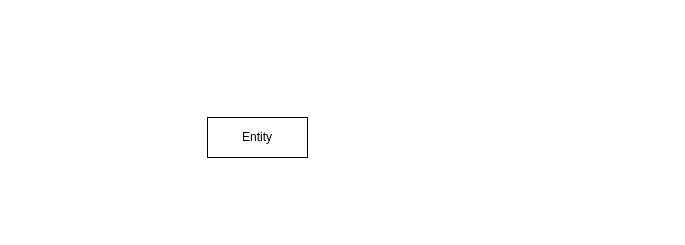
This is Universitaetsbeispiel.drawio from ingvargundahar/ER_Diagrams, a draw.io file, before an edit. Source tidied: cells renumbered, new cells numbered last; positions are measured from the earlier drawing's top-left corner, leaving out a move shared by most shapes. Both pictures are drawn from the tidied source at 100%, with x=0, y=0 at pixel (207, 117).
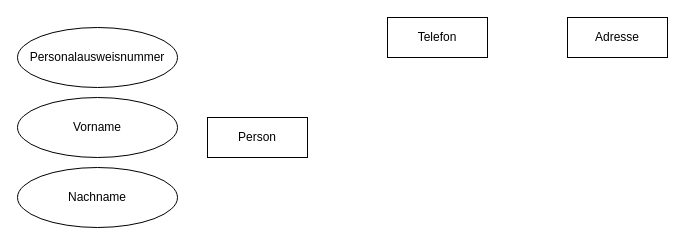
The same page after the edit.

Diff of the diagram source:
```diff
@@
 <mxGraphModel>
   <root>
     <mxCell id="0" />
     <mxCell id="1" parent="0" />
-    <mxCell id="2" value="Entity" style="whiteSpace=wrap;html=1;align=center;" parent="1" vertex="1">
+    <mxCell id="2" value="Person" style="whiteSpace=wrap;html=1;align=center;" parent="1" vertex="1">
       <mxGeometry width="100" height="40" as="geometry" />
     </mxCell>
+    <mxCell id="3" value="&lt;div&gt;Adresse&lt;/div&gt;" style="whiteSpace=wrap;html=1;align=center;" parent="1" vertex="1">
+      <mxGeometry x="360" y="-100" width="100" height="40" as="geometry" />
+    </mxCell>
+    <mxCell id="4" value="Telefon" style="whiteSpace=wrap;html=1;align=center;" parent="1" vertex="1">
+      <mxGeometry x="180" y="-100" width="100" height="40" as="geometry" />
+    </mxCell>
+    <mxCell id="5" value="Personalausweisnummer" style="ellipse;whiteSpace=wrap;html=1;align=center;" parent="1" vertex="1">
+      <mxGeometry x="-190" y="-90" width="160" height="60" as="geometry" />
+    </mxCell>
+    <mxCell id="6" value="Vorname" style="ellipse;whiteSpace=wrap;html=1;align=center;" parent="1" vertex="1">
+      <mxGeometry x="-190" y="-20" width="160" height="60" as="geometry" />
+    </mxCell>
+    <mxCell id="7" value="Nachname" style="ellipse;whiteSpace=wrap;html=1;align=center;" parent="1" vertex="1">
+      <mxGeometry x="-190" y="50" width="160" height="60" as="geometry" />
+    </mxCell>
   </root>
 </mxGraphModel>
```
